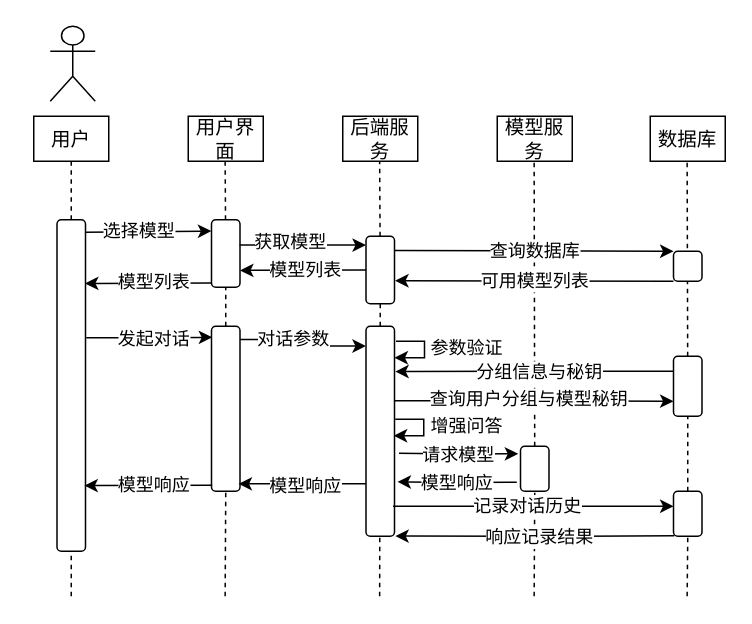
Earlier version of the draw.io diagram page "第 3 页" (3 of 21) of 程序流程图合集.drawio (Chentx1243/draw.io). Source tidied: cells renumbered, new cells numbered last; positions are measured from the earlier drawing's top-left corner, leaving out a move shared by most shapes. Both pictures are drawn from the tidied source at 150%, with x=0, y=0 at pixel (33, 26).
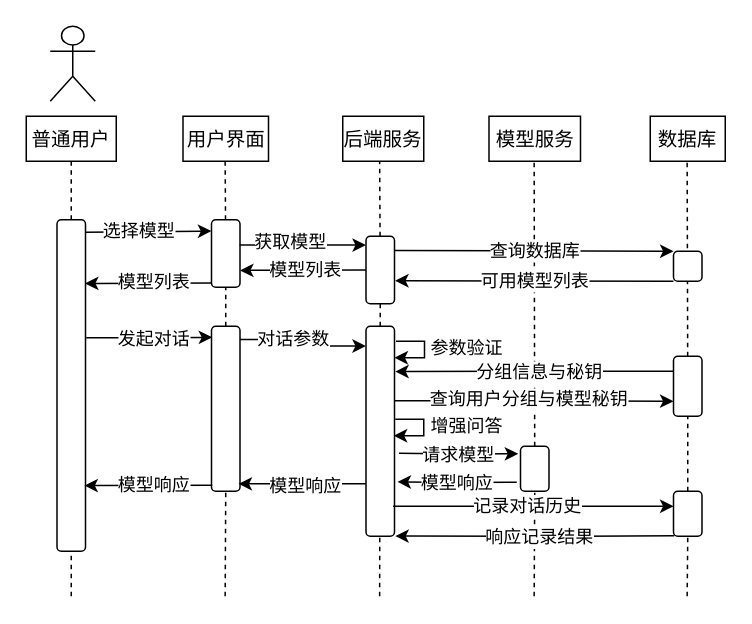
The same diagram, later.

Commit message (it also covers changes not shown here):
更新程序流程图合集.drawio

What changed in the source:
```diff
@@
-    <mxCell id="3" value="&lt;font&gt;用户&lt;/font&gt;" style="rounded=0;whiteSpace=wrap;html=1;fontSize=13;fontFamily=宋体;" parent="1" vertex="1">
-      <mxGeometry y="60" width="50" height="30" as="geometry" />
+    <mxCell id="3" value="&lt;font&gt;普通用户&lt;/font&gt;" style="rounded=0;whiteSpace=wrap;html=1;fontSize=13;fontFamily=宋体;" parent="1" vertex="1">
+      <mxGeometry x="-5" y="60" width="60" height="30" as="geometry" />
     </mxCell>
     <mxCell id="4" value="后端服务" style="rounded=0;whiteSpace=wrap;html=1;fontFamily=宋体;fontSize=13;" parent="1" vertex="1">
-      <mxGeometry x="206" y="60" width="50" height="30" as="geometry" />
+      <mxGeometry x="206" y="60" width="54" height="30" as="geometry" />
     </mxCell>
@@
     <mxCell id="6" value="模型服务" style="rounded=0;whiteSpace=wrap;html=1;fontFamily=宋体;fontSize=13;" parent="1" vertex="1">
-      <mxGeometry x="309" y="60" width="50" height="30" as="geometry" />
+      <mxGeometry x="303.5" y="60" width="61" height="30" as="geometry" />
     </mxCell>
     <mxCell id="7" value="用户界面" style="rounded=0;whiteSpace=wrap;html=1;fontFamily=宋体;fontSize=13;" parent="1" vertex="1">
-      <mxGeometry x="103" y="60" width="50" height="30" as="geometry" />
+      <mxGeometry x="99.5" y="60" width="57" height="30" as="geometry" />
     </mxCell>
```
